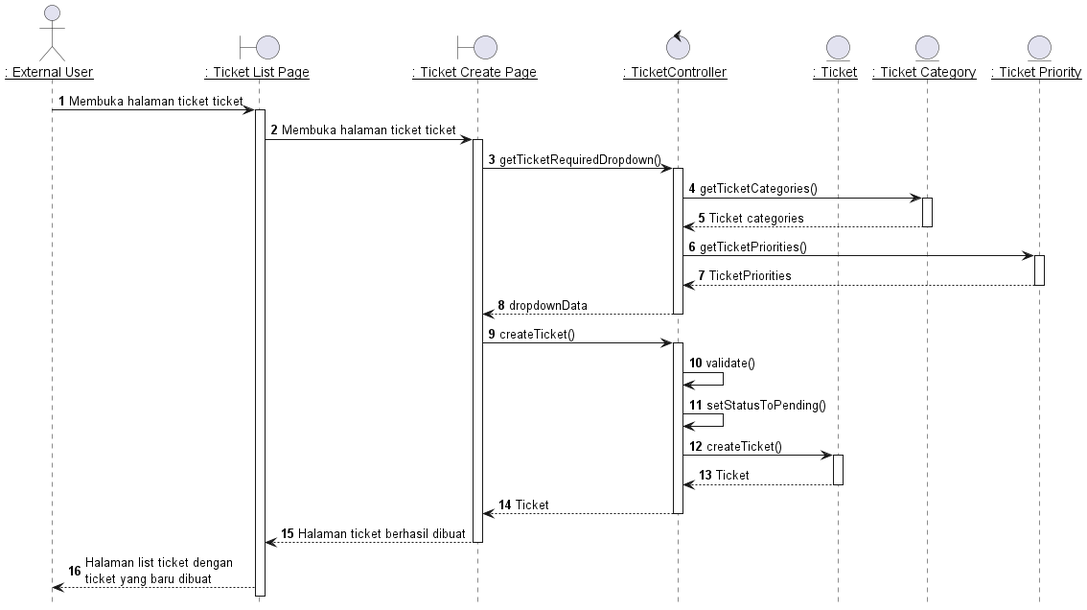
Above: out/plantuml/sequence/ex/ex3/Membuat Ticket.png in TAS-PKL/Laporan-PKL-Ticketing (PlantUML), before the change.
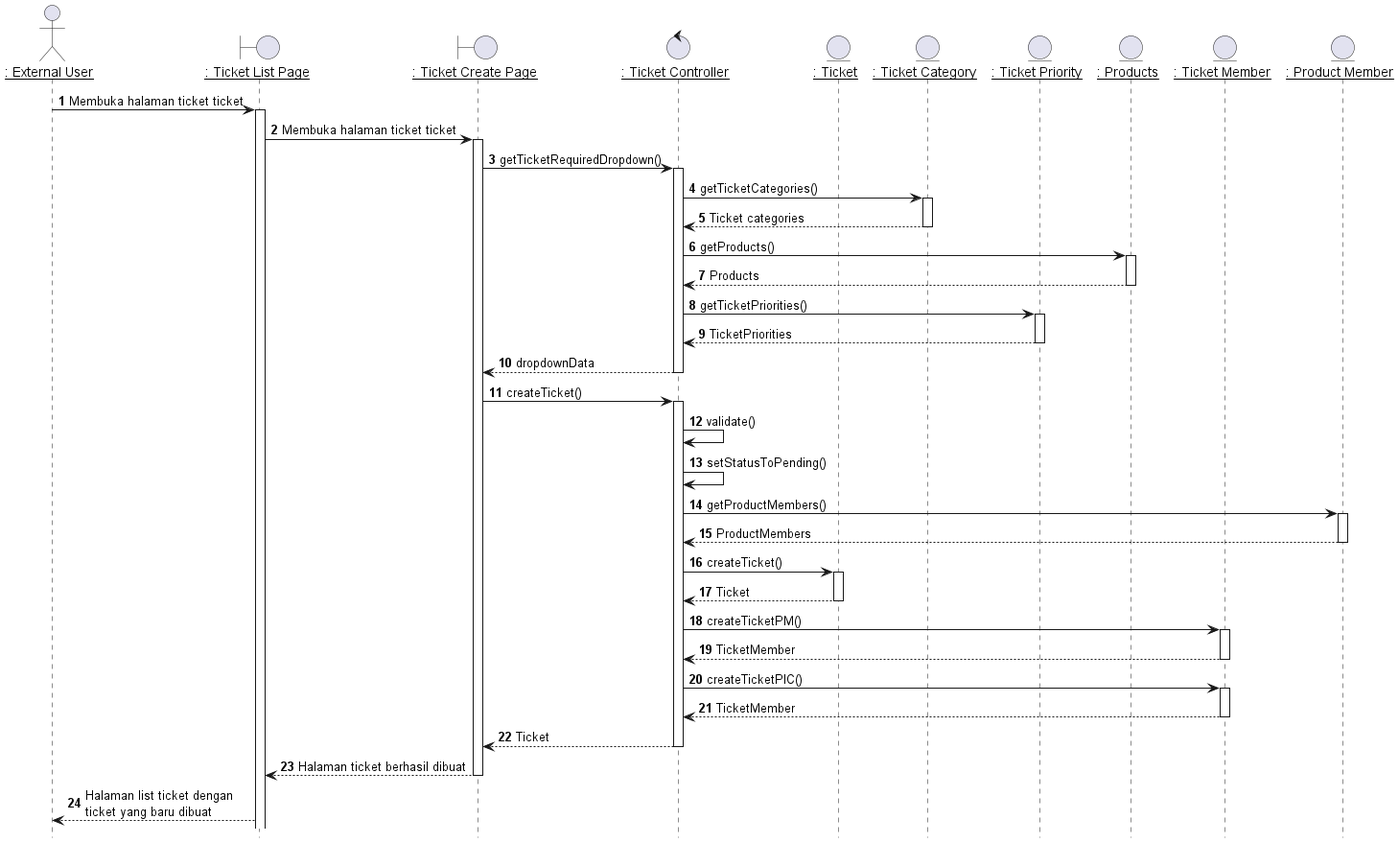
After the commit.

Change to the diagram source:
```diff
@@ -6,10 +6,13 @@
 actor EU as "__: External User__"
 boundary TicketListPage as "__: Ticket List Page__"
 boundary TicketCreatePage as "__: Ticket Create Page__"
-control TicketController as "__: TicketController__"
+control TicketController as "__: Ticket Controller__"
 entity Ticket as "__: Ticket__"
 entity TicketCategories as "__: Ticket Category__"
 entity TicketPriorities as "__: Ticket Priority__"
+entity Product as "__: Products__"
+entity TicketMember as "__: Ticket Member__"
+entity ProductMembers as "__: Product Member__"
 
 
 autonumber 1
@@ -27,6 +30,12 @@
 
 TicketCategories --> TicketController : Ticket categories
 deactivate TicketCategories
+
+TicketController -> Product: getProducts()
+activate Product
+
+Product --> TicketController : Products
+deactivate Product
 
 
 TicketController -> TicketPriorities: getTicketPriorities()
@@ -46,11 +55,29 @@
 TicketController -> TicketController: validate()
 TicketController -> TicketController: setStatusToPending()
 
+TicketController -> ProductMembers: getProductMembers()
+activate ProductMembers
+
+ProductMembers --> TicketController : ProductMembers
+deactivate ProductMembers
+
 TicketController -> Ticket: createTicket()
 activate Ticket
 
 Ticket --> TicketController : Ticket
 deactivate Ticket
+
+TicketController -> TicketMember: createTicketPM()
+activate TicketMember
+
+TicketMember --> TicketController : TicketMember
+deactivate TicketMember
+
+TicketController -> TicketMember: createTicketPIC()
+activate TicketMember
+
+TicketMember --> TicketController : TicketMember
+deactivate TicketMember
 
 TicketController --> TicketCreatePage : Ticket
 deactivate TicketController
```
